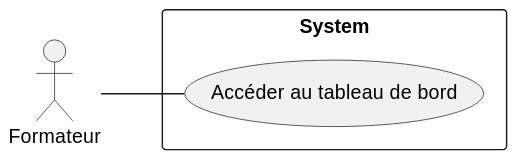
Above: docs/assets/img/Sprint_1.svg in Suirita/14.UI_UX (PlantUML), before the change.
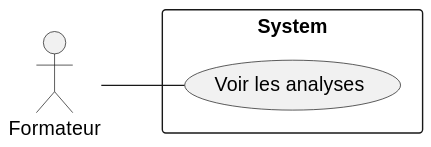
Later version of the same file.

What changed in the source:
```diff
@@ -2,7 +2,7 @@
 left to right direction
 actor "Formateur" as fr
 rectangle System {
-  usecase "Accéder au tableau de bord" as UC1
+  usecase "Voir les analyses" as UC1
 }
 fr -- UC1
 @enduml
```
